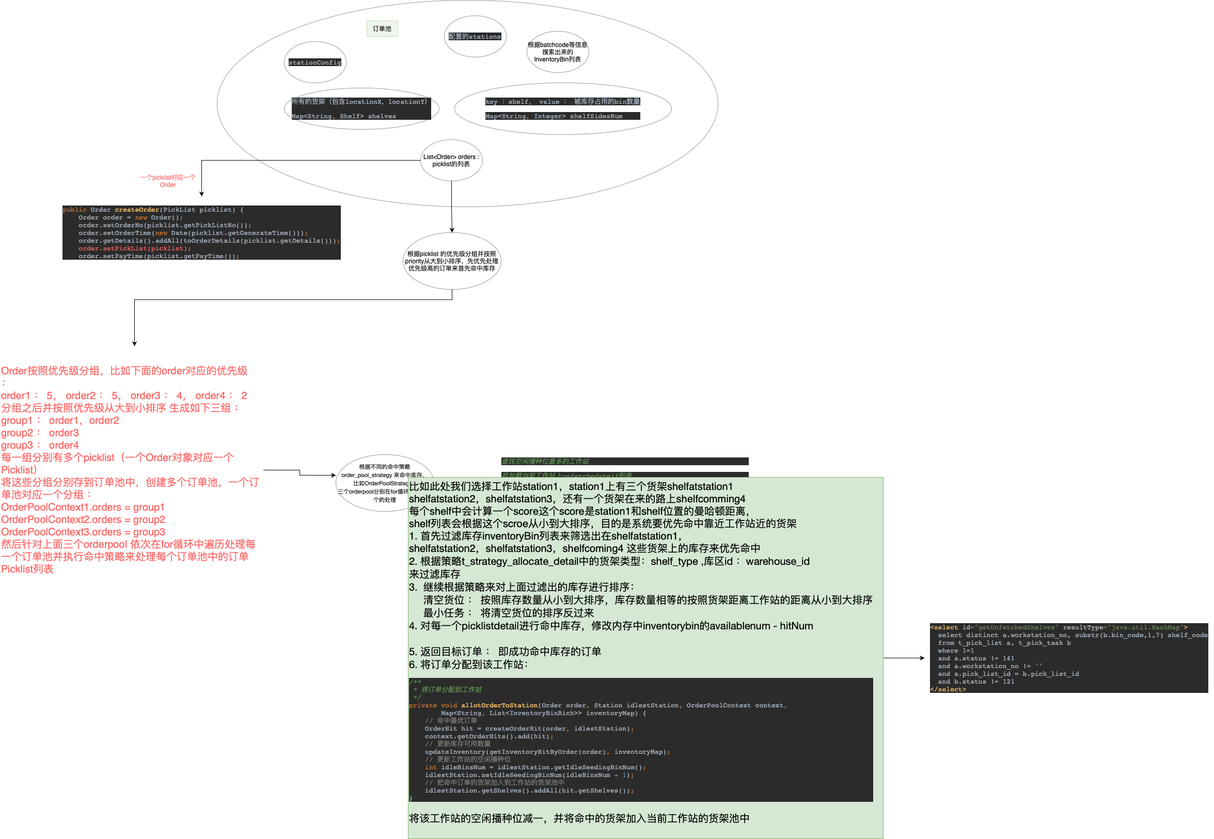
The draw.io diagram 订单池-命中库存.drawio.png in cong666/flow-chart, before a commit. Source tidied: cells renumbered, new cells last; positions are measured from the earlier drawing's top-left corner, leaving out a move shared by most shapes.
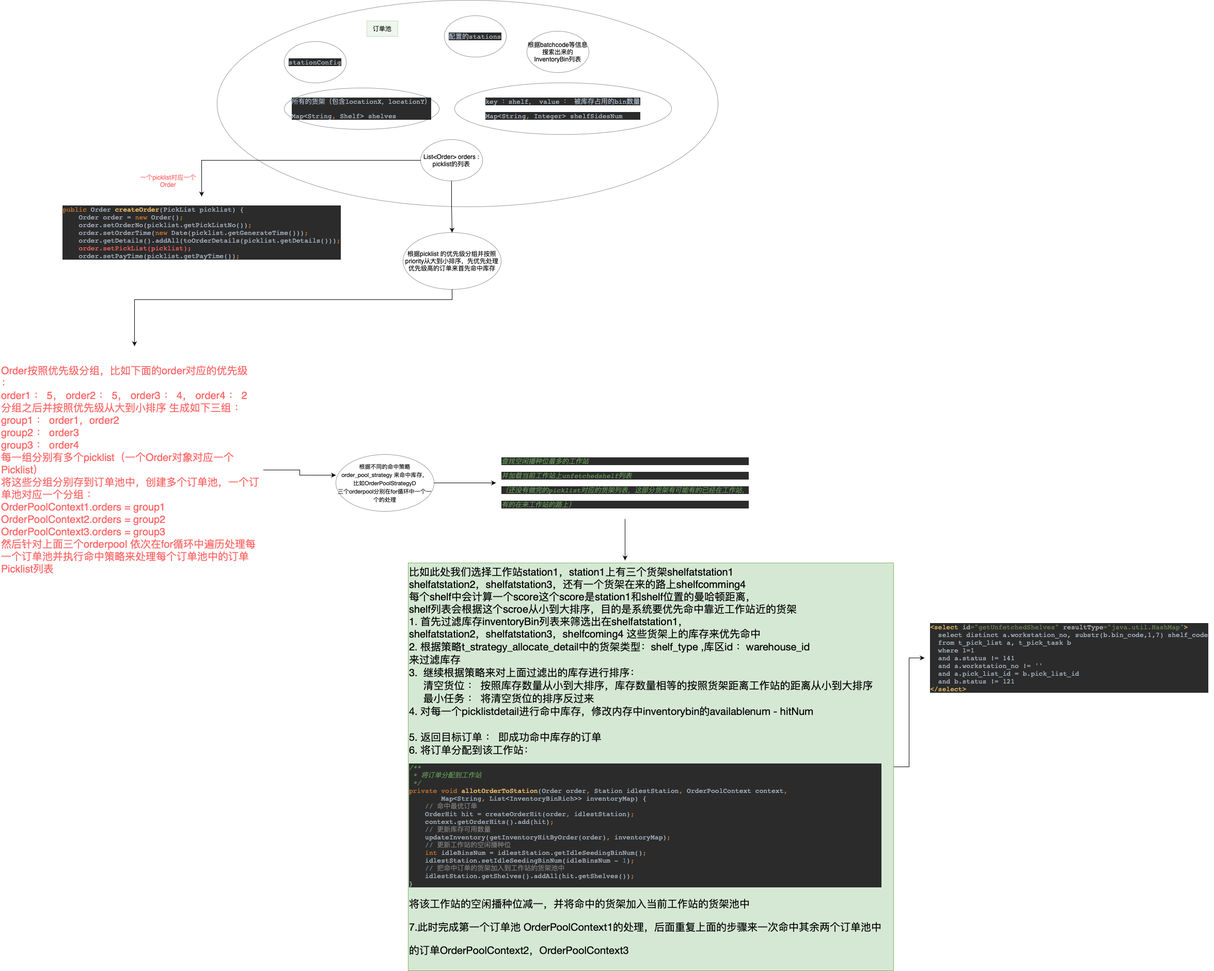
Later version of the same file.

Commit message:
更新订单池-命中库存.drawio.png

What changed in the source:
```diff
@@ -75,8 +75,8 @@
     <mxCell id="22" style="edgeStyle=orthogonalEdgeStyle;rounded=0;jettySize=auto;html=1;fontSize=20;fontColor=#FF6666;" parent="1" edge="1" source="23" target="24">
       <mxGeometry relative="1" as="geometry" />
     </mxCell>
-    <mxCell id="23" value="比如此处我们选择工作站station1，station1上有三个货架shelfatstation1&lt;br&gt;&lt;div style=&quot;&quot;&gt;shelfatstation2，shelfatstation3，还有一个货架在来的路上shelfcomming4&lt;/div&gt;&lt;div style=&quot;&quot;&gt;每个shelf中会计算一个score这个score是station1和shelf位置的曼哈顿距离，&lt;/div&gt;&lt;div style=&quot;&quot;&gt;shelf列表会根据这个scroe从小到大排序，目的是系统要优先命中靠近工作站近的货架&lt;/div&gt;&lt;div style=&quot;&quot;&gt;1. 首先过滤库存inventoryBin列表来筛选出在shelfatstation1，&lt;/div&gt;shelfatstation2，shelfatstation3，shelfcoming4 这些货架上的库存来优先命中&amp;nbsp;&lt;br&gt;&lt;font&gt;2. 根据策略&lt;span style=&quot;font-size: 20px; font-family: &amp;quot;Helvetica Neue&amp;quot;;&quot;&gt;&lt;font style=&quot;font-size: 20px;&quot;&gt;t_strategy_allocate_detail中的货架类型：shelf_type ,库区id ：warehouse_id&lt;br&gt;来过滤库存&lt;br&gt;3. &amp;nbsp;继续根据策略来对上面过滤出的库存进行排序：&lt;br&gt;&amp;nbsp; &amp;nbsp; &amp;nbsp;清空货位 ： 按照库存数量从小到大排序，库存数量相等的按照货架距离工作站的距离从小到大排序&lt;br&gt;&amp;nbsp; &amp;nbsp; &amp;nbsp;最小任务 ： 将清空货位的排序反过来&lt;br&gt;4. 对每一个picklistdetail进行命中库存，修改内存中inventorybin的availablenum - hitNum&lt;br&gt;&lt;br&gt;5. 返回目标订单 ： 即成功命中库存的订单&lt;br&gt;6. 将订单分配到该工作站：&lt;br&gt;&lt;/font&gt;&lt;/span&gt;&lt;pre style=&quot;font-size: 9.8pt; background-color: rgb(43, 43, 43); color: rgb(169, 183, 198); font-family: &amp;quot;JetBrains Mono&amp;quot;, monospace;&quot;&gt;&lt;span style=&quot;color: rgb(98, 151, 85); font-style: italic;&quot;&gt;/**&lt;br&gt;&lt;/span&gt;&lt;span style=&quot;color: rgb(98, 151, 85); font-style: italic;&quot;&gt; * 将订单分配到工作站&lt;br&gt;&lt;/span&gt;&lt;span style=&quot;color: rgb(98, 151, 85); font-style: italic;&quot;&gt; */&lt;br&gt;&lt;/span&gt;&lt;span style=&quot;color: rgb(204, 120, 50);&quot;&gt;private void &lt;/span&gt;&lt;span style=&quot;color: rgb(255, 198, 109);&quot;&gt;allotOrderToStation&lt;/span&gt;(Order order&lt;span style=&quot;color: rgb(204, 120, 50);&quot;&gt;, &lt;/span&gt;Station idlestStation&lt;span style=&quot;color: rgb(204, 120, 50);&quot;&gt;, &lt;/span&gt;OrderPoolContext context&lt;span style=&quot;color: rgb(204, 120, 50);&quot;&gt;,&lt;br&gt;&lt;/span&gt;&lt;span style=&quot;color: rgb(204, 120, 50);&quot;&gt;        &lt;/span&gt;Map&amp;lt;String&lt;span style=&quot;color: rgb(204, 120, 50);&quot;&gt;, &lt;/span&gt;List&amp;lt;InventoryBinRich&amp;gt;&amp;gt; inventoryMap) {&lt;br&gt;    &lt;span style=&quot;color: rgb(128, 128, 128);&quot;&gt;// 命中最优订单&lt;br&gt;&lt;/span&gt;&lt;span style=&quot;color: rgb(128, 128, 128);&quot;&gt;    &lt;/span&gt;OrderHit hit = createOrderHit(order&lt;span style=&quot;color: rgb(204, 120, 50);&quot;&gt;, &lt;/span&gt;idlestStation)&lt;span style=&quot;color: rgb(204, 120, 50);&quot;&gt;;&lt;br&gt;&lt;/span&gt;&lt;span style=&quot;color: rgb(204, 120, 50);&quot;&gt;    &lt;/span&gt;context.getOrderHits().add(hit)&lt;span style=&quot;color: rgb(204, 120, 50);&quot;&gt;;&lt;br&gt;&lt;/span&gt;&lt;span style=&quot;color: rgb(204, 120, 50);&quot;&gt;    &lt;/span&gt;&lt;span style=&quot;color: rgb(128, 128, 128);&quot;&gt;// 更新库存可用数量&lt;br&gt;&lt;/span&gt;&lt;span style=&quot;color: rgb(128, 128, 128);&quot;&gt;    &lt;/span&gt;updateInventory(getInventoryHitByOrder(order)&lt;span style=&quot;color: rgb(204, 120, 50);&quot;&gt;, &lt;/span&gt;inventoryMap)&lt;span style=&quot;color: rgb(204, 120, 50);&quot;&gt;;&lt;br&gt;&lt;/span&gt;&lt;span style=&quot;color: rgb(204, 120, 50);&quot;&gt;    &lt;/span&gt;&lt;span style=&quot;color: rgb(128, 128, 128);&quot;&gt;// 更新工作站的空闲播种位&lt;br&gt;&lt;/span&gt;&lt;span style=&quot;color: rgb(128, 128, 128);&quot;&gt;    &lt;/span&gt;&lt;span style=&quot;color: rgb(204, 120, 50);&quot;&gt;int &lt;/span&gt;idleBinsNum = idlestStation.getIdleSeedingBinNum()&lt;span style=&quot;color: rgb(204, 120, 50);&quot;&gt;;&lt;br&gt;&lt;/span&gt;&lt;span style=&quot;color: rgb(204, 120, 50);&quot;&gt;    &lt;/span&gt;idlestStation.setIdleSeedingBinNum(idleBinsNum - &lt;span style=&quot;color: rgb(104, 151, 187);&quot;&gt;1&lt;/span&gt;)&lt;span style=&quot;color: rgb(204, 120, 50);&quot;&gt;;&lt;br&gt;&lt;/span&gt;&lt;span style=&quot;color: rgb(204, 120, 50);&quot;&gt;    &lt;/span&gt;&lt;span style=&quot;color: rgb(128, 128, 128);&quot;&gt;// 把命中订单的货架加入到工作站的货架池中&lt;br&gt;&lt;/span&gt;&lt;span style=&quot;color: rgb(128, 128, 128);&quot;&gt;    &lt;/span&gt;idlestStation.getShelves().addAll(hit.getShelves())&lt;span style=&quot;color: rgb(204, 120, 50);&quot;&gt;;&lt;br&gt;&lt;/span&gt;}&lt;/pre&gt;&lt;pre&gt;&lt;font face=&quot;Helvetica Neue&quot;&gt;将该工作站的空闲播种位减一，并将命中的货架加入当前工作站的货架池中&lt;/font&gt;&lt;/pre&gt;&lt;/font&gt;" style="text;html=1;align=left;verticalAlign=middle;points=[];strokeColor=#82b366;fillColor=#d5e8d4;fontSize=20;" parent="1" vertex="1">
-      <mxGeometry x="790" y="924" width="920" height="700" as="geometry" />
+    <mxCell id="23" value="比如此处我们选择工作站station1，station1上有三个货架shelfatstation1&lt;br&gt;&lt;div style=&quot;&quot;&gt;shelfatstation2，shelfatstation3，还有一个货架在来的路上shelfcomming4&lt;/div&gt;&lt;div style=&quot;&quot;&gt;每个shelf中会计算一个score这个score是station1和shelf位置的曼哈顿距离，&lt;/div&gt;&lt;div style=&quot;&quot;&gt;shelf列表会根据这个scroe从小到大排序，目的是系统要优先命中靠近工作站近的货架&lt;/div&gt;&lt;div style=&quot;&quot;&gt;1. 首先过滤库存inventoryBin列表来筛选出在shelfatstation1，&lt;/div&gt;shelfatstation2，shelfatstation3，shelfcoming4 这些货架上的库存来优先命中&amp;nbsp;&lt;br&gt;&lt;font&gt;2. 根据策略&lt;span style=&quot;font-size: 20px; font-family: &amp;quot;Helvetica Neue&amp;quot;;&quot;&gt;&lt;font style=&quot;font-size: 20px;&quot;&gt;t_strategy_allocate_detail中的货架类型：shelf_type ,库区id ：warehouse_id&lt;br&gt;来过滤库存&lt;br&gt;3. &amp;nbsp;继续根据策略来对上面过滤出的库存进行排序：&lt;br&gt;&amp;nbsp; &amp;nbsp; &amp;nbsp;清空货位 ： 按照库存数量从小到大排序，库存数量相等的按照货架距离工作站的距离从小到大排序&lt;br&gt;&amp;nbsp; &amp;nbsp; &amp;nbsp;最小任务 ： 将清空货位的排序反过来&lt;br&gt;4. 对每一个picklistdetail进行命中库存，修改内存中inventorybin的availablenum - hitNum&lt;br&gt;&lt;br&gt;5. 返回目标订单 ： 即成功命中库存的订单&lt;br&gt;6. 将订单分配到该工作站：&lt;br&gt;&lt;/font&gt;&lt;/span&gt;&lt;pre style=&quot;font-size: 9.8pt; background-color: rgb(43, 43, 43); color: rgb(169, 183, 198); font-family: &amp;quot;JetBrains Mono&amp;quot;, monospace;&quot;&gt;&lt;span style=&quot;color: rgb(98, 151, 85); font-style: italic;&quot;&gt;/**&lt;br&gt;&lt;/span&gt;&lt;span style=&quot;color: rgb(98, 151, 85); font-style: italic;&quot;&gt; * 将订单分配到工作站&lt;br&gt;&lt;/span&gt;&lt;span style=&quot;color: rgb(98, 151, 85); font-style: italic;&quot;&gt; */&lt;br&gt;&lt;/span&gt;&lt;span style=&quot;color: rgb(204, 120, 50);&quot;&gt;private void &lt;/span&gt;&lt;span style=&quot;color: rgb(255, 198, 109);&quot;&gt;allotOrderToStation&lt;/span&gt;(Order order&lt;span style=&quot;color: rgb(204, 120, 50);&quot;&gt;, &lt;/span&gt;Station idlestStation&lt;span style=&quot;color: rgb(204, 120, 50);&quot;&gt;, &lt;/span&gt;OrderPoolContext context&lt;span style=&quot;color: rgb(204, 120, 50);&quot;&gt;,&lt;br&gt;&lt;/span&gt;&lt;span style=&quot;color: rgb(204, 120, 50);&quot;&gt;        &lt;/span&gt;Map&amp;lt;String&lt;span style=&quot;color: rgb(204, 120, 50);&quot;&gt;, &lt;/span&gt;List&amp;lt;InventoryBinRich&amp;gt;&amp;gt; inventoryMap) {&lt;br&gt;    &lt;span style=&quot;color: rgb(128, 128, 128);&quot;&gt;// 命中最优订单&lt;br&gt;&lt;/span&gt;&lt;span style=&quot;color: rgb(128, 128, 128);&quot;&gt;    &lt;/span&gt;OrderHit hit = createOrderHit(order&lt;span style=&quot;color: rgb(204, 120, 50);&quot;&gt;, &lt;/span&gt;idlestStation)&lt;span style=&quot;color: rgb(204, 120, 50);&quot;&gt;;&lt;br&gt;&lt;/span&gt;&lt;span style=&quot;color: rgb(204, 120, 50);&quot;&gt;    &lt;/span&gt;context.getOrderHits().add(hit)&lt;span style=&quot;color: rgb(204, 120, 50);&quot;&gt;;&lt;br&gt;&lt;/span&gt;&lt;span style=&quot;color: rgb(204, 120, 50);&quot;&gt;    &lt;/span&gt;&lt;span style=&quot;color: rgb(128, 128, 128);&quot;&gt;// 更新库存可用数量&lt;br&gt;&lt;/span&gt;&lt;span style=&quot;color: rgb(128, 128, 128);&quot;&gt;    &lt;/span&gt;updateInventory(getInventoryHitByOrder(order)&lt;span style=&quot;color: rgb(204, 120, 50);&quot;&gt;, &lt;/span&gt;inventoryMap)&lt;span style=&quot;color: rgb(204, 120, 50);&quot;&gt;;&lt;br&gt;&lt;/span&gt;&lt;span style=&quot;color: rgb(204, 120, 50);&quot;&gt;    &lt;/span&gt;&lt;span style=&quot;color: rgb(128, 128, 128);&quot;&gt;// 更新工作站的空闲播种位&lt;br&gt;&lt;/span&gt;&lt;span style=&quot;color: rgb(128, 128, 128);&quot;&gt;    &lt;/span&gt;&lt;span style=&quot;color: rgb(204, 120, 50);&quot;&gt;int &lt;/span&gt;idleBinsNum = idlestStation.getIdleSeedingBinNum()&lt;span style=&quot;color: rgb(204, 120, 50);&quot;&gt;;&lt;br&gt;&lt;/span&gt;&lt;span style=&quot;color: rgb(204, 120, 50);&quot;&gt;    &lt;/span&gt;idlestStation.setIdleSeedingBinNum(idleBinsNum - &lt;span style=&quot;color: rgb(104, 151, 187);&quot;&gt;1&lt;/span&gt;)&lt;span style=&quot;color: rgb(204, 120, 50);&quot;&gt;;&lt;br&gt;&lt;/span&gt;&lt;span style=&quot;color: rgb(204, 120, 50);&quot;&gt;    &lt;/span&gt;&lt;span style=&quot;color: rgb(128, 128, 128);&quot;&gt;// 把命中订单的货架加入到工作站的货架池中&lt;br&gt;&lt;/span&gt;&lt;span style=&quot;color: rgb(128, 128, 128);&quot;&gt;    &lt;/span&gt;idlestStation.getShelves().addAll(hit.getShelves())&lt;span style=&quot;color: rgb(204, 120, 50);&quot;&gt;;&lt;br&gt;&lt;/span&gt;}&lt;/pre&gt;&lt;pre&gt;&lt;font face=&quot;Helvetica Neue&quot;&gt;将该工作站的空闲播种位减一，并将命中的货架加入当前工作站的货架池中&lt;/font&gt;&lt;/pre&gt;&lt;pre&gt;&lt;font face=&quot;Helvetica Neue&quot;&gt;7.此时完成第一个订单池 OrderPoolContext1的处理，后面重复上面的步骤来一次命中其余两个订单池中&lt;/font&gt;&lt;/pre&gt;&lt;pre&gt;&lt;font face=&quot;Helvetica Neue&quot;&gt;的订单&lt;/font&gt;&lt;span style=&quot;font-family: &amp;quot;Helvetica Neue&amp;quot;;&quot;&gt;OrderPoolContext2，&lt;/span&gt;&lt;span style=&quot;font-family: &amp;quot;Helvetica Neue&amp;quot;;&quot;&gt;OrderPoolContext3&lt;/span&gt;&lt;/pre&gt;&lt;/font&gt;" style="text;html=1;align=left;verticalAlign=middle;points=[];strokeColor=#82b366;fillColor=#d5e8d4;fontSize=20;" parent="1" vertex="1">
+      <mxGeometry x="790" y="1090" width="940" height="790" as="geometry" />
     </mxCell>
     <mxCell id="24" value="&lt;pre style=&quot;text-align: start; background-color: rgb(43, 43, 43); color: rgb(169, 183, 198); font-family: &amp;quot;JetBrains Mono&amp;quot;, monospace; font-size: 9.8pt;&quot;&gt;&lt;span style=&quot;color: rgb(232, 191, 106);&quot;&gt;&amp;lt;select &lt;/span&gt;&lt;span style=&quot;color: rgb(186, 186, 186);&quot;&gt;id&lt;/span&gt;&lt;span style=&quot;color: rgb(106, 135, 89);&quot;&gt;=&quot;getUnfetchedShelves&quot; &lt;/span&gt;&lt;span style=&quot;color: rgb(186, 186, 186);&quot;&gt;resultType&lt;/span&gt;&lt;span style=&quot;color: rgb(106, 135, 89);&quot;&gt;=&quot;java.util.HashMap&quot;&lt;/span&gt;&lt;span style=&quot;color: rgb(232, 191, 106);&quot;&gt;&amp;gt;&lt;br&gt;&lt;/span&gt;&lt;span style=&quot;color: rgb(232, 191, 106);&quot;&gt;  &lt;/span&gt;select distinct a.workstation_no, substr(b.bin_code,1,7) shelf_code&lt;br&gt;  from t_pick_list a, t_pick_task b&lt;br&gt;  where 1=1&lt;br&gt;  and a.status != 141&lt;br&gt;  and a.workstation_no != ''&lt;br&gt;  and a.pick_list_id = b.pick_list_id&lt;br&gt;  and b.status != 121&lt;br&gt;&lt;span style=&quot;color: rgb(232, 191, 106);&quot;&gt;&amp;lt;/select&amp;gt;&lt;/span&gt;&lt;/pre&gt;" style="text;html=1;align=center;verticalAlign=middle;points=[];strokeColor=none;fillColor=none;fontSize=20;fontColor=#FF6666;" parent="1" vertex="1">
       <mxGeometry x="1790" y="1189" width="560" height="170" as="geometry" />
```
